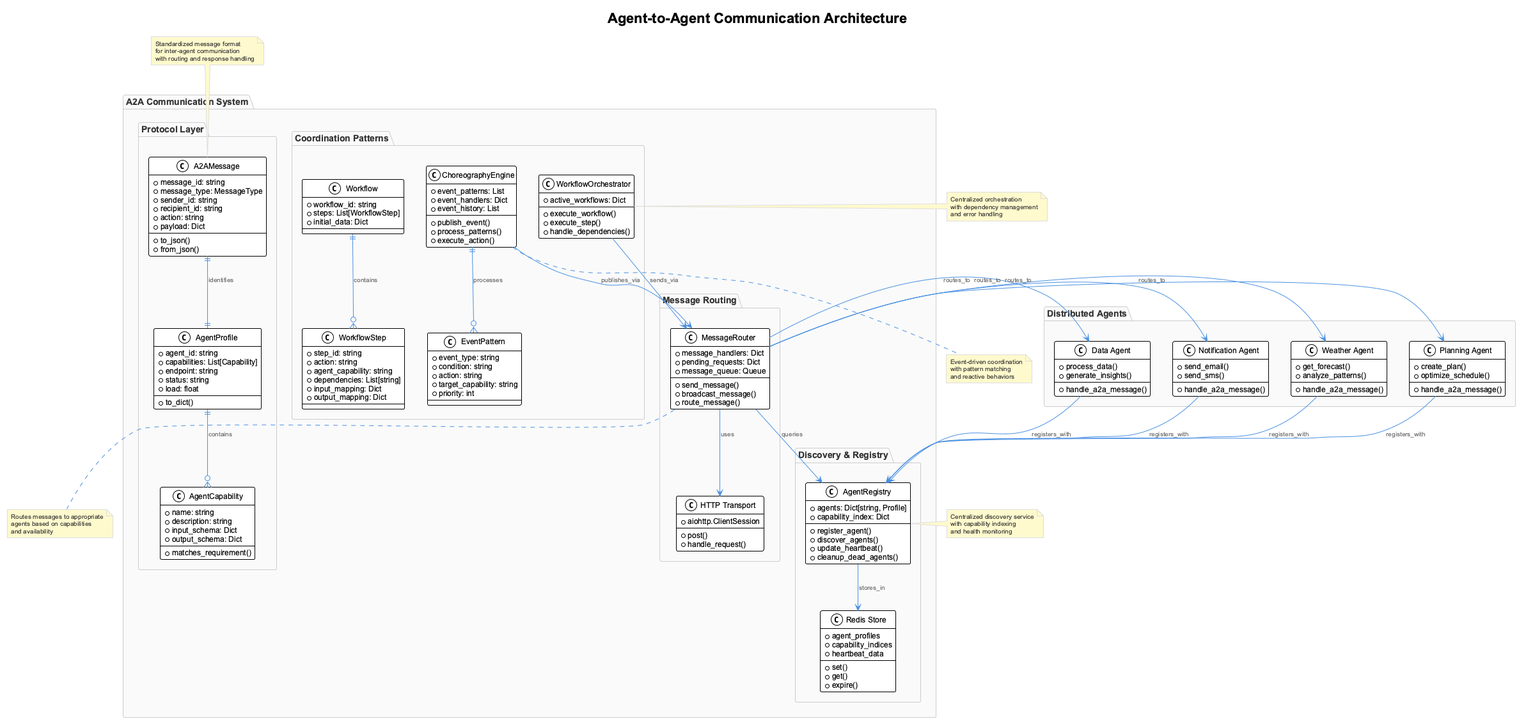
fwornle/agentic-ai-nano keeps this PlantUML diagram as docs-content/03_mcp-acp-a2a/images/a2a-communication-architecture.png. Above is the earlier version. Source of this version:
```plantuml
@startuml a2a-communication-architecture
!include ../../config/_standard-style.puml

title Agent-to-Agent Communication Architecture

!define RECTANGLE class

package "A2A Communication System" {

    package "Protocol Layer" {
        RECTANGLE A2AMessage {
            + message_id: string
            + message_type: MessageType
            + sender_id: string
            + recipient_id: string
            + action: string
            + payload: Dict
            --
            + to_json()
            + from_json()
        }

        RECTANGLE AgentProfile {
            + agent_id: string
            + capabilities: List[Capability]
            + endpoint: string
            + status: string
            + load: float
            --
            + to_dict()
        }

        RECTANGLE AgentCapability {
            + name: string
            + description: string
            + input_schema: Dict
            + output_schema: Dict
            --
            + matches_requirement()
        }
    }

    package "Discovery & Registry" {
        RECTANGLE AgentRegistry {
            + agents: Dict[string, Profile]
            + capability_index: Dict
            --
            + register_agent()
            + discover_agents()
            + update_heartbeat()
            + cleanup_dead_agents()
        }

        RECTANGLE "Redis Store" as Redis {
            + agent_profiles
            + capability_indices
            + heartbeat_data
            --
            + set()
            + get()
            + expire()
        }
    }

    package "Message Routing" {
        RECTANGLE MessageRouter {
            + message_handlers: Dict
            + pending_requests: Dict
            + message_queue: Queue
            --
            + send_message()
            + broadcast_message()
            + route_message()
        }

        RECTANGLE "HTTP Transport" as HTTP {
            + aiohttp.ClientSession
            --
            + post()
            + handle_request()
        }
    }

    package "Coordination Patterns" {
        RECTANGLE WorkflowOrchestrator {
            + active_workflows: Dict
            --
            + execute_workflow()
            + execute_step()
            + handle_dependencies()
        }

        RECTANGLE ChoreographyEngine {
            + event_patterns: List
            + event_handlers: Dict
            + event_history: List
            --
            + publish_event()
            + process_patterns()
            + execute_action()
        }

        RECTANGLE Workflow {
            + workflow_id: string
            + steps: List[WorkflowStep]
            + initial_data: Dict
        }

        RECTANGLE WorkflowStep {
            + step_id: string
            + action: string
            + agent_capability: string
            + dependencies: List[string]
            + input_mapping: Dict
            + output_mapping: Dict
        }

        RECTANGLE EventPattern {
            + event_type: string
            + condition: string
            + action: string
            + target_capability: string
            + priority: int
        }
    }
}

package "Distributed Agents" {
    RECTANGLE "Weather Agent" as WeatherAgent {
        + get_forecast()
        + analyze_patterns()
        --
        + handle_a2a_message()
    }

    RECTANGLE "Planning Agent" as PlanningAgent {
        + create_plan()
        + optimize_schedule()
        --
        + handle_a2a_message()
    }

    RECTANGLE "Data Agent" as DataAgent {
        + process_data()
        + generate_insights()
        --
        + handle_a2a_message()
    }

    RECTANGLE "Notification Agent" as NotificationAgent {
        + send_email()
        + send_sms()
        --
        + handle_a2a_message()
    }
}

A2AMessage ||--|| AgentProfile : identifies
AgentProfile ||--o{ AgentCapability : contains

AgentRegistry --> Redis : stores_in
MessageRouter --> HTTP : uses
MessageRouter --> AgentRegistry : queries

WorkflowOrchestrator --> MessageRouter : sends_via
ChoreographyEngine --> MessageRouter : publishes_via

Workflow ||--o{ WorkflowStep : contains
ChoreographyEngine ||--o{ EventPattern : processes

MessageRouter --> WeatherAgent : routes_to
MessageRouter --> PlanningAgent : routes_to
MessageRouter --> DataAgent : routes_to
MessageRouter --> NotificationAgent : routes_to

WeatherAgent --> AgentRegistry : registers_with
PlanningAgent --> AgentRegistry : registers_with
DataAgent --> AgentRegistry : registers_with
NotificationAgent --> AgentRegistry : registers_with

note top of A2AMessage : Standardized message format\nfor inter-agent communication\nwith routing and response handling

note right of AgentRegistry : Centralized discovery service\nwith capability indexing\nand health monitoring

note bottom of MessageRouter : Routes messages to appropriate\nagents based on capabilities\nand availability

note left of WorkflowOrchestrator : Centralized orchestration\nwith dependency management\nand error handling

note bottom of ChoreographyEngine : Event-driven coordination\nwith pattern matching\nand reactive behaviors

@enduml
```
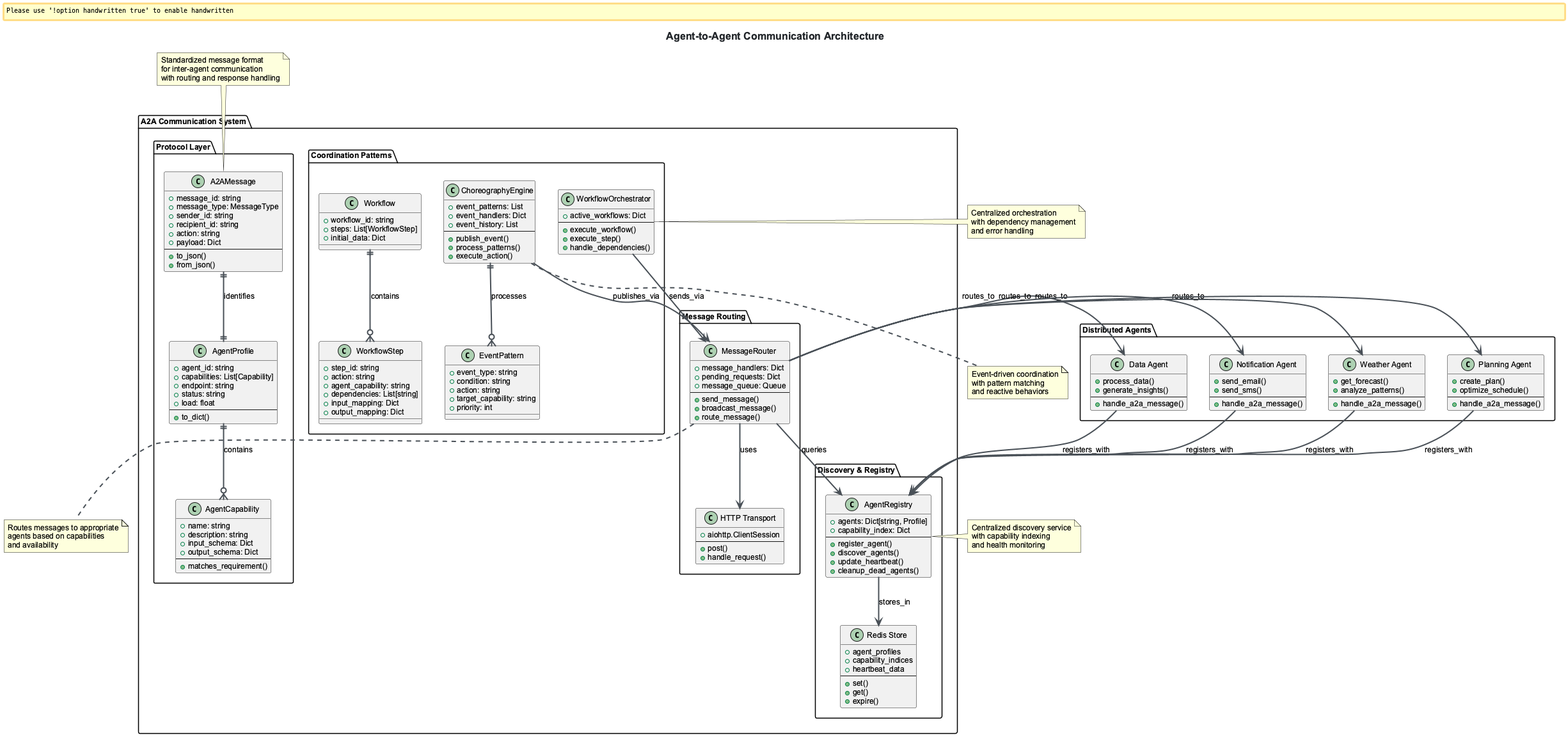
The same file after the commit.

Change to the diagram source:
```diff
@@ -1,5 +1,5 @@
 @startuml a2a-communication-architecture
-!include ../../config/_standard-style.puml
+!include ../../../config/_standard-style.puml
 
 title Agent-to-Agent Communication Architecture
 
```
